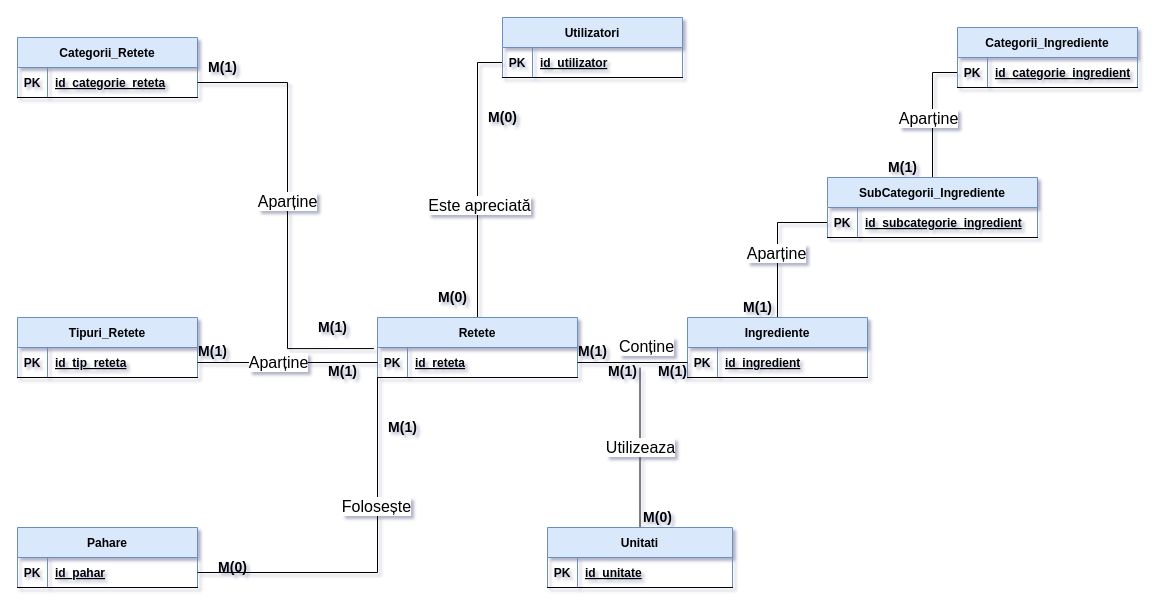
Earlier version of the draw.io diagram Baza De Date/Diagrama ER/DiagramaEntitateRelatie.drawio (Ana-MariaDima/LicentaV3). Source tidied: cells renumbered, new cells numbered last; positions are measured from the earlier drawing's top-left corner, leaving out a move shared by most shapes. Both pictures are drawn from the tidied source at 100%, with x=0, y=0 at pixel (17, 17).
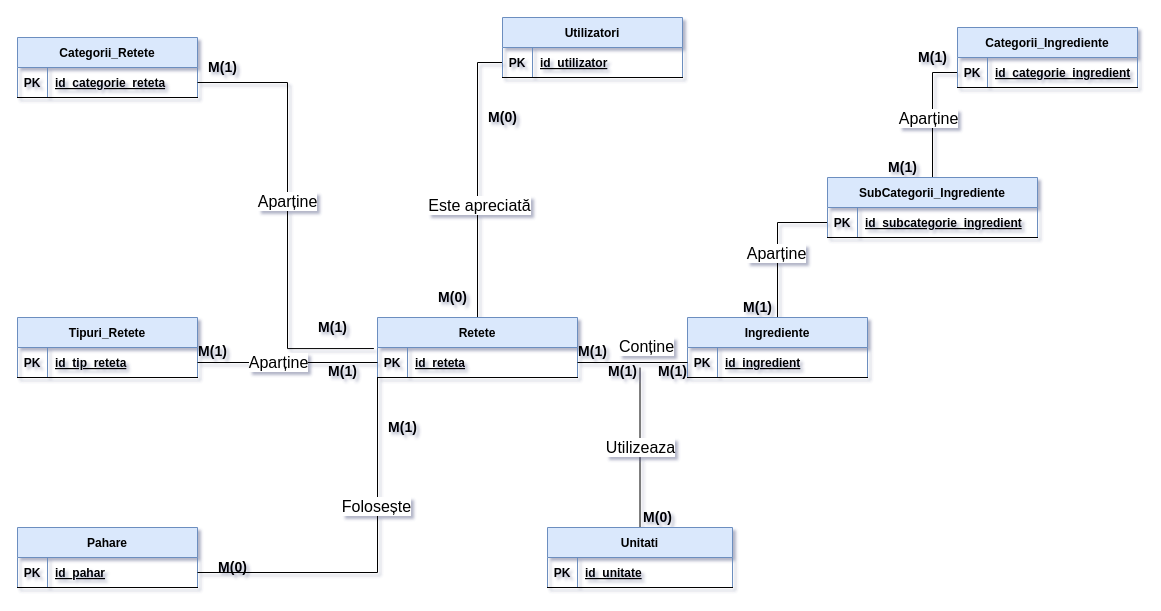
The same page after the edit.

The edit, as a diff of the source:
```diff
@@
+    <mxCell id="68" value="&lt;b&gt;M(1)&lt;/b&gt;" style="text;html=1;align=center;verticalAlign=middle;strokeColor=none;fillColor=none;fontSize=14;" parent="1" vertex="1">
+      <mxGeometry x="890" y="30" width="50" height="20" as="geometry" />
+    </mxCell>
```
